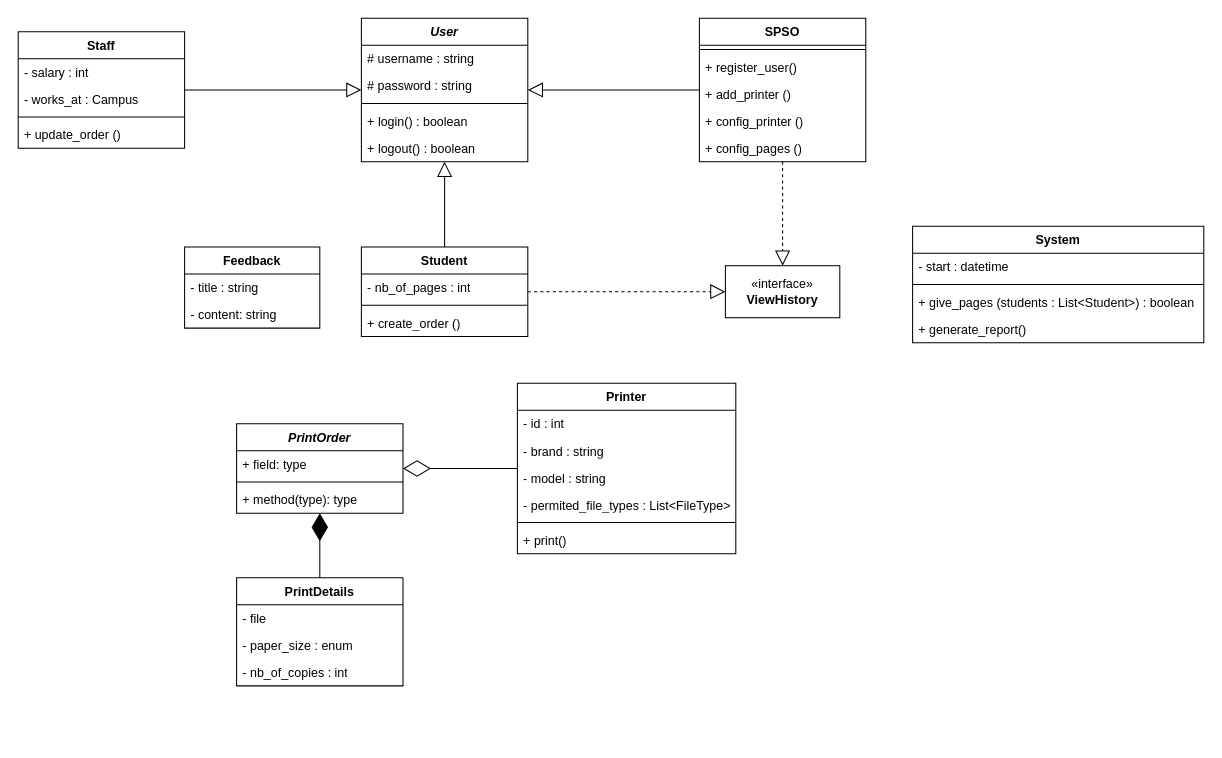
blueonline07/auth-demo keeps this draw.io diagram as test-spss-class-diagram.drawio. Above is the earlier version. Source tidied: cells renumbered, new cells numbered last; positions are measured from the earlier drawing's top-left corner, leaving out a move shared by most shapes. Both pictures are drawn from the tidied source at 104%, with x=0, y=0 at pixel (18, 18).
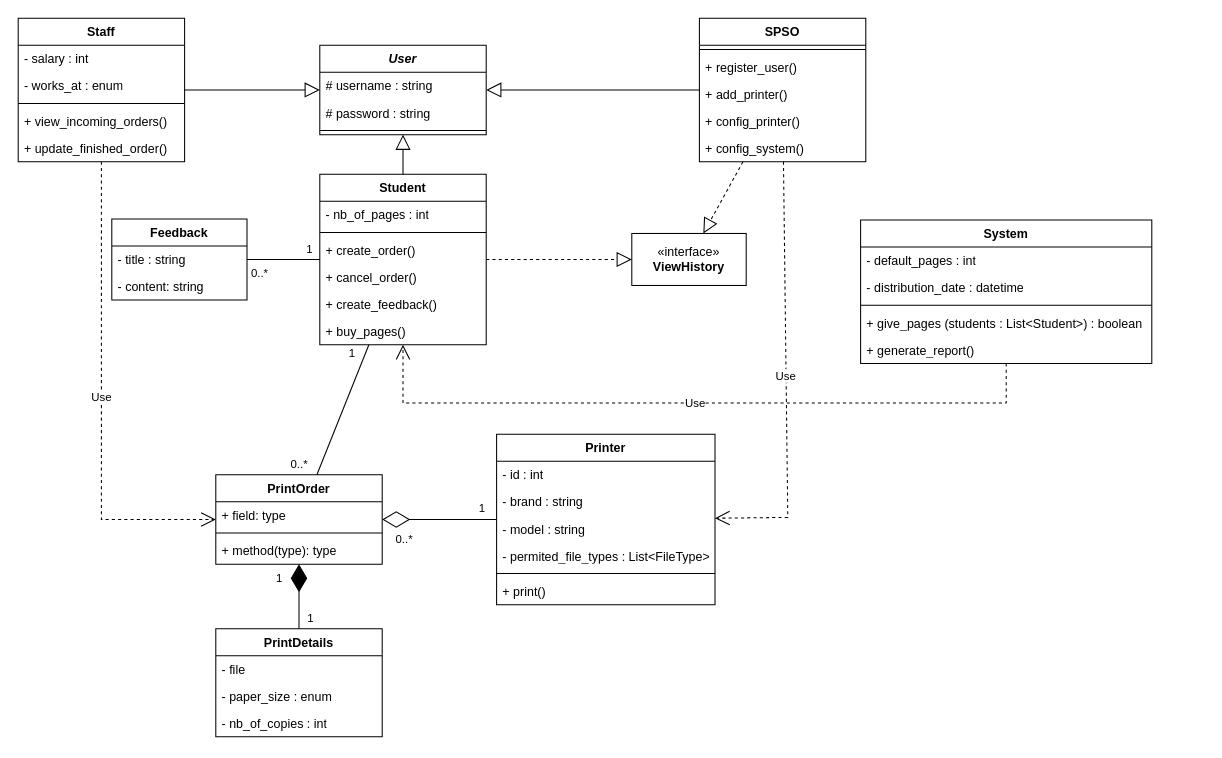
After the change.

The change refers to these unchanged cells:
```xml
<mxCell id="18" value="SPSO" style="swimlane;fontStyle=1;align=center;verticalAlign=top;horizontal=1;startSize=26;whiteSpace=wrap;html=1;" parent="1" vertex="1">
  <mxGeometry x="655" width="160" height="138" as="geometry" />
</mxCell>
<mxCell id="45" style="endArrow=diamondThin;endFill=1;endSize=24;html=1;rounded=0;" parent="1" edge="1" source="35" target="24">
  <mxGeometry relative="1" as="geometry" />
</mxCell>
<mxCell id="46" style="endArrow=diamondThin;endFill=0;endSize=24;html=1;rounded=0;" parent="1" edge="1" source="28" target="24">
  <mxGeometry relative="1" as="geometry" />
</mxCell>
```

Diff of the diagram source:
```diff
@@
     <mxCell id="2" value="&lt;i&gt;User&lt;/i&gt;" style="swimlane;fontStyle=1;align=center;verticalAlign=top;horizontal=1;startSize=26;whiteSpace=wrap;html=1;" parent="1" vertex="1">
-      <mxGeometry x="330" width="160" height="138" as="geometry" />
+      <mxGeometry x="290" y="26" width="160" height="86" as="geometry" />
     </mxCell>
@@
-    <mxCell id="6" value="+ login() : boolean" style="text;strokeColor=none;fillColor=none;align=left;verticalAlign=top;spacingLeft=4;spacingRight=4;overflow=hidden;whiteSpace=wrap;html=1;" parent="2" vertex="1">
-      <mxGeometry y="86" width="160" height="26" as="geometry" />
-    </mxCell>
-    <mxCell id="7" style="edgeStyle=none;html=1;endSize=12;endArrow=block;endFill=0;rounded=0;" parent="2" edge="1" source="8" target="2">
-      <mxGeometry relative="1" as="geometry" />
-    </mxCell>
-    <mxCell id="8" value="+ logout() : boolean" style="text;strokeColor=none;fillColor=none;align=left;verticalAlign=top;spacingLeft=4;spacingRight=4;overflow=hidden;points=[[0,0.5],[1,0.5]];portConstraint=eastwest;whiteSpace=wrap;html=1;" parent="2" vertex="1">
-      <mxGeometry y="112" width="160" height="26" as="geometry" />
-    </mxCell>
     <mxCell id="9" value="Student" style="swimlane;fontStyle=1;align=center;verticalAlign=top;horizontal=1;startSize=26;whiteSpace=wrap;html=1;" parent="1" vertex="1">
-      <mxGeometry x="330" y="220" width="160" height="86" as="geometry" />
+      <mxGeometry x="290" y="150" width="160" height="164" as="geometry" />
     </mxCell>
@@
-    <mxCell id="12" value="+ create_order ()" style="text;strokeColor=none;fillColor=none;align=left;verticalAlign=top;spacingLeft=4;spacingRight=4;overflow=hidden;whiteSpace=wrap;html=1;" parent="9" vertex="1">
+    <mxCell id="12" value="+ create_order()" style="text;strokeColor=none;fillColor=none;align=left;verticalAlign=top;spacingLeft=4;spacingRight=4;overflow=hidden;whiteSpace=wrap;html=1;" parent="9" vertex="1">
       <mxGeometry y="60" width="160" height="26" as="geometry" />
     </mxCell>
+    <mxCell id="55" value="+ cancel_order()" style="text;strokeColor=none;fillColor=none;align=left;verticalAlign=top;spacingLeft=4;spacingRight=4;overflow=hidden;whiteSpace=wrap;html=1;" parent="9" vertex="1">
+      <mxGeometry y="86" width="160" height="26" as="geometry" />
+    </mxCell>
+    <mxCell id="56" value="+ create_feedback()" style="text;strokeColor=none;fillColor=none;align=left;verticalAlign=top;spacingLeft=4;spacingRight=4;overflow=hidden;whiteSpace=wrap;html=1;" parent="9" vertex="1">
+      <mxGeometry y="112" width="160" height="26" as="geometry" />
+    </mxCell>
+    <mxCell id="57" value="+ buy_pages()" style="text;strokeColor=none;fillColor=none;align=left;verticalAlign=top;spacingLeft=4;spacingRight=4;overflow=hidden;whiteSpace=wrap;html=1;" parent="9" vertex="1">
+      <mxGeometry y="138" width="160" height="26" as="geometry" />
+    </mxCell>
     <mxCell id="13" value="Staff" style="swimlane;fontStyle=1;align=center;verticalAlign=top;horizontal=1;startSize=26;whiteSpace=wrap;html=1;" parent="1" vertex="1">
-      <mxGeometry y="13" width="160" height="112" as="geometry" />
+      <mxGeometry width="160" height="138" as="geometry" />
     </mxCell>
@@
-    <mxCell id="15" value="- works_at : Campus" style="text;strokeColor=none;fillColor=none;align=left;verticalAlign=top;spacingLeft=4;spacingRight=4;overflow=hidden;whiteSpace=wrap;html=1;" parent="13" vertex="1">
+    <mxCell id="15" value="- works_at : enum" style="text;strokeColor=none;fillColor=none;align=left;verticalAlign=top;spacingLeft=4;spacingRight=4;overflow=hidden;whiteSpace=wrap;html=1;" parent="13" vertex="1">
       <mxGeometry y="52" width="160" height="26" as="geometry" />
     </mxCell>
@@
+    <mxCell id="58" value="+ view_incoming_orders()" style="text;strokeColor=none;fillColor=none;align=left;verticalAlign=top;spacingLeft=4;spacingRight=4;overflow=hidden;whiteSpace=wrap;html=1;" parent="13" vertex="1">
+      <mxGeometry y="86" width="160" height="26" as="geometry" />
+    </mxCell>
-    <mxCell id="17" value="+ update_order ()" style="text;strokeColor=none;fillColor=none;align=left;verticalAlign=top;spacingLeft=4;spacingRight=4;overflow=hidden;whiteSpace=wrap;html=1;" parent="13" vertex="1">
-      <mxGeometry y="86" width="160" height="26" as="geometry" />
+    <mxCell id="17" value="+ update_finished_order()" style="text;strokeColor=none;fillColor=none;align=left;verticalAlign=top;spacingLeft=4;spacingRight=4;overflow=hidden;whiteSpace=wrap;html=1;" parent="13" vertex="1">
+      <mxGeometry y="112" width="160" height="26" as="geometry" />
     </mxCell>
@@
-    <mxCell id="21" value="+ add_printer ()" style="text;strokeColor=none;fillColor=none;align=left;verticalAlign=top;spacingLeft=4;spacingRight=4;overflow=hidden;whiteSpace=wrap;html=1;" parent="18" vertex="1">
+    <mxCell id="21" value="+ add_printer()" style="text;strokeColor=none;fillColor=none;align=left;verticalAlign=top;spacingLeft=4;spacingRight=4;overflow=hidden;whiteSpace=wrap;html=1;" parent="18" vertex="1">
       <mxGeometry y="60" width="160" height="26" as="geometry" />
     </mxCell>
-    <mxCell id="22" value="+ config_printer ()" style="text;strokeColor=none;fillColor=none;align=left;verticalAlign=top;spacingLeft=4;spacingRight=4;overflow=hidden;whiteSpace=wrap;html=1;" parent="18" vertex="1">
+    <mxCell id="22" value="+ config_printer()" style="text;strokeColor=none;fillColor=none;align=left;verticalAlign=top;spacingLeft=4;spacingRight=4;overflow=hidden;whiteSpace=wrap;html=1;" parent="18" vertex="1">
       <mxGeometry y="86" width="160" height="26" as="geometry" />
     </mxCell>
-    <mxCell id="23" value="+ config_pages ()" style="text;strokeColor=none;fillColor=none;align=left;verticalAlign=top;spacingLeft=4;spacingRight=4;overflow=hidden;whiteSpace=wrap;html=1;" parent="18" vertex="1">
+    <mxCell id="23" value="+ config_system()" style="text;strokeColor=none;fillColor=none;align=left;verticalAlign=top;spacingLeft=4;spacingRight=4;overflow=hidden;whiteSpace=wrap;html=1;" parent="18" vertex="1">
       <mxGeometry y="112" width="160" height="26" as="geometry" />
     </mxCell>
-    <mxCell id="24" value="&lt;i&gt;PrintOrder&lt;/i&gt;" style="swimlane;fontStyle=1;align=center;verticalAlign=top;horizontal=1;startSize=26;whiteSpace=wrap;html=1;" parent="1" vertex="1">
-      <mxGeometry x="210" y="390" width="160" height="86" as="geometry" />
+    <mxCell id="24" value="PrintOrder" style="swimlane;fontStyle=1;align=center;verticalAlign=top;horizontal=1;startSize=26;whiteSpace=wrap;html=1;" parent="1" vertex="1">
+      <mxGeometry x="190" y="439" width="160" height="86" as="geometry" />
     </mxCell>
@@
     <mxCell id="28" value="Printer" style="swimlane;fontStyle=1;align=center;verticalAlign=top;horizontal=1;startSize=26;whiteSpace=wrap;html=1;" parent="1" vertex="1">
-      <mxGeometry x="480" y="351" width="210" height="164" as="geometry" />
+      <mxGeometry x="460" y="400" width="210" height="164" as="geometry" />
     </mxCell>
@@
     <mxCell id="35" value="PrintDetails" style="swimlane;fontStyle=1;align=center;verticalAlign=top;horizontal=1;startSize=26;whiteSpace=wrap;html=1;" parent="1" vertex="1">
-      <mxGeometry x="210" y="538" width="160" height="104" as="geometry" />
+      <mxGeometry x="190" y="587" width="160" height="104" as="geometry" />
     </mxCell>
@@
     <mxCell id="39" value="Feedback" style="swimlane;fontStyle=1;align=center;verticalAlign=top;horizontal=1;startSize=26;whiteSpace=wrap;html=1;" parent="1" vertex="1">
-      <mxGeometry x="160" y="220" width="130" height="78" as="geometry" />
+      <mxGeometry x="90" y="193" width="130" height="78" as="geometry" />
     </mxCell>
@@
-    <mxCell id="44" style="edgeStyle=none;html=1;endSize=12;endArrow=block;endFill=0;rounded=0;" parent="1" edge="1" source="9" target="8">
-      <mxGeometry relative="1" as="geometry" />
-    </mxCell>
@@
+    <mxCell id="59" value="1" style="edgeLabel;html=1;align=center;verticalAlign=middle;" parent="45" vertex="1">
+      <mxGeometry x="-0.06" relative="1" as="geometry">
+        <mxPoint x="-20" y="-20" as="offset" />
+      </mxGeometry>
+    </mxCell>
+    <mxCell id="60" value="1" style="edgeLabel;html=1;align=center;verticalAlign=middle;" parent="45" vertex="1">
+      <mxGeometry x="-0.63" relative="1" as="geometry">
+        <mxPoint x="10" as="offset" />
+      </mxGeometry>
+    </mxCell>
@@
+    <mxCell id="61" value="1" style="edgeLabel;html=1;align=center;verticalAlign=middle;" parent="46" vertex="1">
+      <mxGeometry x="-0.73" y="1" relative="1" as="geometry">
+        <mxPoint y="-13" as="offset" />
+      </mxGeometry>
+    </mxCell>
+    <mxCell id="62" value="0..*" style="edgeLabel;html=1;align=center;verticalAlign=middle;" parent="46" vertex="1">
+      <mxGeometry x="0.38" y="-2" relative="1" as="geometry">
+        <mxPoint x="-14" y="20" as="offset" />
+      </mxGeometry>
+    </mxCell>
     <mxCell id="47" value="«interface»&lt;br&gt;&lt;b&gt;ViewHistory&lt;/b&gt;" style="html=1;whiteSpace=wrap;" parent="1" vertex="1">
-      <mxGeometry x="680" y="238" width="110" height="50" as="geometry" />
+      <mxGeometry x="590" y="207" width="110" height="50" as="geometry" />
     </mxCell>
     <mxCell id="48" value="System" style="swimlane;fontStyle=1;align=center;verticalAlign=top;horizontal=1;startSize=26;whiteSpace=wrap;html=1;" parent="1" vertex="1">
-      <mxGeometry x="860" y="200" width="280" height="112" as="geometry" />
+      <mxGeometry x="810" y="194" width="280" height="138" as="geometry" />
     </mxCell>
+    <mxCell id="63" value="- default_pages : int" style="text;strokeColor=none;fillColor=none;align=left;verticalAlign=top;spacingLeft=4;spacingRight=4;overflow=hidden;whiteSpace=wrap;html=1;" parent="48" vertex="1">
+      <mxGeometry y="26" width="280" height="26" as="geometry" />
+    </mxCell>
-    <mxCell id="49" value="- start : datetime" style="text;strokeColor=none;fillColor=none;align=left;verticalAlign=top;spacingLeft=4;spacingRight=4;overflow=hidden;whiteSpace=wrap;html=1;" parent="48" vertex="1">
-      <mxGeometry y="26" width="280" height="26" as="geometry" />
+    <mxCell id="49" value="- distribution_date : datetime" style="text;strokeColor=none;fillColor=none;align=left;verticalAlign=top;spacingLeft=4;spacingRight=4;overflow=hidden;whiteSpace=wrap;html=1;" parent="48" vertex="1">
+      <mxGeometry y="52" width="280" height="26" as="geometry" />
     </mxCell>
     <mxCell id="50" style="line;strokeWidth=1;fillColor=none;align=left;verticalAlign=middle;spacingTop=-1;spacingLeft=3;spacingRight=3;labelPosition=right;strokeColor=inherit;" parent="48" vertex="1">
-      <mxGeometry y="52" width="280" height="8" as="geometry" />
+      <mxGeometry y="78" width="280" height="8" as="geometry" />
     </mxCell>
     <mxCell id="51" value="+ give_pages (students : List&amp;lt;Student&amp;gt;) : boolean" style="text;strokeColor=none;fillColor=none;align=left;verticalAlign=top;spacingLeft=4;spacingRight=4;overflow=hidden;whiteSpace=wrap;html=1;" parent="48" vertex="1">
-      <mxGeometry y="60" width="280" height="26" as="geometry" />
+      <mxGeometry y="86" width="280" height="26" as="geometry" />
     </mxCell>
     <mxCell id="52" value="+ generate_report()" style="text;strokeColor=none;fillColor=none;align=left;verticalAlign=top;spacingLeft=4;spacingRight=4;overflow=hidden;whiteSpace=wrap;html=1;" parent="48" vertex="1">
-      <mxGeometry y="86" width="280" height="26" as="geometry" />
+      <mxGeometry y="112" width="280" height="26" as="geometry" />
     </mxCell>
@@
+    <mxCell id="7" style="edgeStyle=none;html=1;endSize=12;endArrow=block;endFill=0;rounded=0;" parent="1" edge="1" source="9" target="2">
+      <mxGeometry relative="1" as="geometry" />
+    </mxCell>
+    <mxCell id="64" value="Use" style="endArrow=open;endSize=12;dashed=1;html=1;rounded=0;" parent="1" edge="1" source="18" target="28">
+      <mxGeometry relative="1" as="geometry">
+        <Array as="points">
+          <mxPoint x="740" y="480" />
+        </Array>
+      </mxGeometry>
+    </mxCell>
+    <mxCell id="65" value="Use" style="endArrow=open;endSize=12;dashed=1;html=1;rounded=0;" parent="1" edge="1" source="13" target="24">
+      <mxGeometry relative="1" as="geometry">
+        <Array as="points">
+          <mxPoint x="80" y="482" />
+        </Array>
+      </mxGeometry>
+    </mxCell>
+    <mxCell id="66" value="Use" style="endArrow=open;endSize=12;dashed=1;html=1;rounded=0;" parent="1" edge="1" source="48" target="9">
+      <mxGeometry relative="1" as="geometry">
+        <Array as="points">
+          <mxPoint x="950" y="370" />
+          <mxPoint x="370" y="370" />
+        </Array>
+      </mxGeometry>
+    </mxCell>
+    <mxCell id="67" style="endArrow=none;html=1;rounded=0;" parent="1" edge="1" source="9" target="24">
+      <mxGeometry relative="1" as="geometry" />
+    </mxCell>
+    <mxCell id="68" value="0..*" style="edgeLabel;html=1;align=center;verticalAlign=middle;" parent="67" vertex="1">
+      <mxGeometry x="0.8" y="-1" relative="1" as="geometry">
+        <mxPoint x="-22" y="3" as="offset" />
+      </mxGeometry>
+    </mxCell>
+    <mxCell id="69" value="1" style="edgeLabel;html=1;align=center;verticalAlign=middle;" parent="67" vertex="1">
+      <mxGeometry x="-0.68" y="1" relative="1" as="geometry">
+        <mxPoint x="-9" y="-13" as="offset" />
+      </mxGeometry>
+    </mxCell>
+    <mxCell id="70" style="endArrow=none;html=1;rounded=0;" parent="1" edge="1" source="39" target="9">
+      <mxGeometry relative="1" as="geometry" />
+    </mxCell>
+    <mxCell id="71" value="0..*" style="edgeLabel;html=1;align=center;verticalAlign=middle;" parent="70" vertex="1">
+      <mxGeometry x="-0.7" relative="1" as="geometry">
+        <mxPoint y="12" as="offset" />
+      </mxGeometry>
+    </mxCell>
+    <mxCell id="72" value="1" style="edgeLabel;html=1;align=center;verticalAlign=middle;" parent="70" vertex="1">
+      <mxGeometry x="0.68" relative="1" as="geometry">
+        <mxPoint y="-11" as="offset" />
+      </mxGeometry>
+    </mxCell>
```
